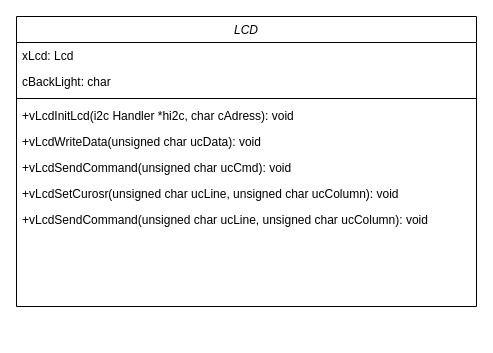
gabrielhaj/ES670-2023-A7 keeps this draw.io diagram as ClassDiagram.drawio. Above is the earlier version. Source tidied: cells renumbered, new cells numbered last; positions are measured from the earlier drawing's top-left corner, leaving out a move shared by most shapes. Both pictures are drawn from the tidied source at 100%, with x=0, y=0 at pixel (16, 16).
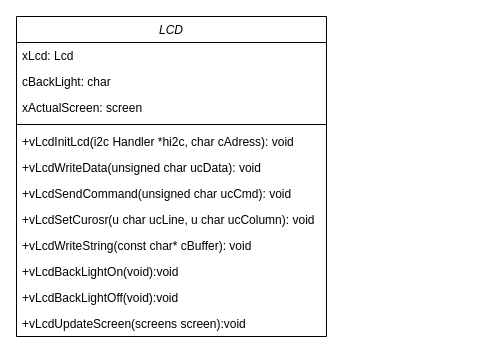
The same page after the edit.

The edit, as a diff of the source:
```diff
@@
 <mxGraphModel>
   <root>
     <mxCell id="0" />
     <mxCell id="1" parent="0" />
     <mxCell id="2" value="LCD" style="swimlane;fontStyle=2;align=center;verticalAlign=top;horizontal=1;startSize=26;rounded=0;shadow=0;strokeWidth=1;" parent="1" vertex="1">
-      <mxGeometry width="460" height="290" as="geometry" />
+      <mxGeometry width="310" height="320" as="geometry" />
     </mxCell>
     <mxCell id="3" value="xLcd: Lcd&#10;" style="text;align=left;verticalAlign=top;spacingLeft=4;spacingRight=4;overflow=hidden;" parent="2" vertex="1">
-      <mxGeometry y="26" width="460" height="26" as="geometry" />
+      <mxGeometry y="26" width="310" height="26" as="geometry" />
     </mxCell>
     <mxCell id="4" value="cBackLight: char" style="text;align=left;verticalAlign=top;spacingLeft=4;spacingRight=4;overflow=hidden;rounded=0;shadow=0;html=0;" parent="2" vertex="1">
-      <mxGeometry y="52" width="460" height="26" as="geometry" />
+      <mxGeometry y="52" width="310" height="26" as="geometry" />
     </mxCell>
+    <mxCell id="11" value="xActualScreen: screen" style="text;align=left;verticalAlign=top;spacingLeft=4;spacingRight=4;overflow=hidden;rounded=0;shadow=0;html=0;" parent="2" vertex="1">
+      <mxGeometry y="78" width="310" height="26" as="geometry" />
+    </mxCell>
     <mxCell id="5" style="line;html=1;strokeWidth=1;align=left;verticalAlign=middle;spacingTop=-1;spacingLeft=3;spacingRight=3;labelPosition=right;" parent="2" vertex="1">
-      <mxGeometry y="78" width="460" height="8" as="geometry" />
+      <mxGeometry y="104" width="310" height="8" as="geometry" />
     </mxCell>
     <mxCell id="6" value="+vLcdInitLcd(i2c Handler *hi2c, char cAdress): void" style="text;align=left;verticalAlign=top;spacingLeft=4;spacingRight=4;overflow=hidden;" parent="2" vertex="1">
-      <mxGeometry y="86" width="460" height="26" as="geometry" />
+      <mxGeometry y="112" width="310" height="26" as="geometry" />
     </mxCell>
     <mxCell id="7" value="+vLcdWriteData(unsigned char ucData): void" style="text;align=left;verticalAlign=top;spacingLeft=4;spacingRight=4;overflow=hidden;" parent="2" vertex="1">
-      <mxGeometry y="112" width="460" height="26" as="geometry" />
+      <mxGeometry y="138" width="310" height="26" as="geometry" />
     </mxCell>
     <mxCell id="8" value="+vLcdSendCommand(unsigned char ucCmd): void" style="text;align=left;verticalAlign=top;spacingLeft=4;spacingRight=4;overflow=hidden;" parent="2" vertex="1">
-      <mxGeometry y="138" width="460" height="26" as="geometry" />
+      <mxGeometry y="164" width="310" height="26" as="geometry" />
     </mxCell>
-    <mxCell id="9" value="+vLcdSetCurosr(unsigned char ucLine, unsigned char ucColumn): void" style="text;align=left;verticalAlign=top;spacingLeft=4;spacingRight=4;overflow=hidden;" parent="2" vertex="1">
-      <mxGeometry y="164" width="460" height="26" as="geometry" />
+    <mxCell id="9" value="+vLcdSetCurosr(u char ucLine, u char ucColumn): void" style="text;align=left;verticalAlign=top;spacingLeft=4;spacingRight=4;overflow=hidden;" parent="2" vertex="1">
+      <mxGeometry y="190" width="310" height="26" as="geometry" />
     </mxCell>
-    <mxCell id="10" value="+vLcdSendCommand(unsigned char ucLine, unsigned char ucColumn): void" style="text;align=left;verticalAlign=top;spacingLeft=4;spacingRight=4;overflow=hidden;" parent="2" vertex="1">
-      <mxGeometry y="190" width="460" height="26" as="geometry" />
+    <mxCell id="10" value="+vLcdWriteString(const char* cBuffer): void" style="text;align=left;verticalAlign=top;spacingLeft=4;spacingRight=4;overflow=hidden;" parent="2" vertex="1">
+      <mxGeometry y="216" width="310" height="26" as="geometry" />
     </mxCell>
+    <mxCell id="12" value="+vLcdBackLightOn(void):void" style="text;align=left;verticalAlign=top;spacingLeft=4;spacingRight=4;overflow=hidden;" parent="2" vertex="1">
+      <mxGeometry y="242" width="310" height="26" as="geometry" />
+    </mxCell>
+    <mxCell id="13" value="+vLcdBackLightOff(void):void" style="text;align=left;verticalAlign=top;spacingLeft=4;spacingRight=4;overflow=hidden;" parent="2" vertex="1">
+      <mxGeometry y="268" width="310" height="26" as="geometry" />
+    </mxCell>
+    <mxCell id="14" value="+vLcdUpdateScreen(screens screen):void" style="text;align=left;verticalAlign=top;spacingLeft=4;spacingRight=4;overflow=hidden;" parent="2" vertex="1">
+      <mxGeometry y="294" width="310" height="26" as="geometry" />
+    </mxCell>
   </root>
 </mxGraphModel>
```
